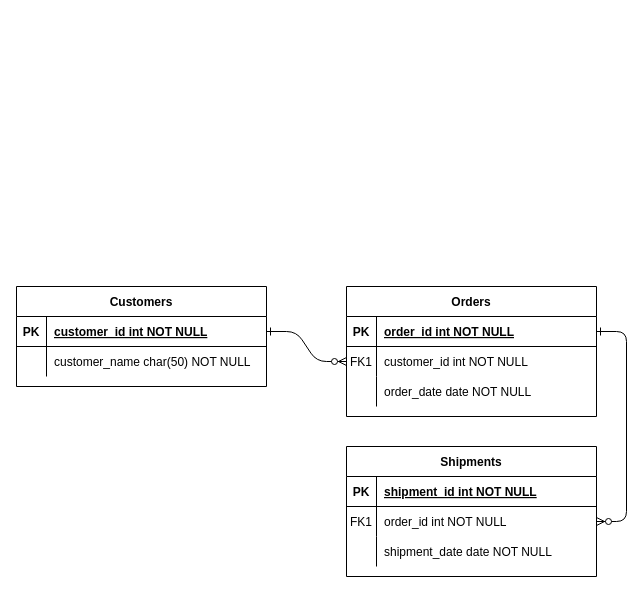
Before: Luz-a-la-carta.drawio in Tomas093/Luz-a-la-Carta, a draw.io diagram. Source tidied: cells renumbered, new cells numbered last; positions are measured from the earlier drawing's top-left corner, leaving out a move shared by most shapes. Both pictures are drawn from the tidied source at 100%, with x=0, y=0 at pixel (16, 286).
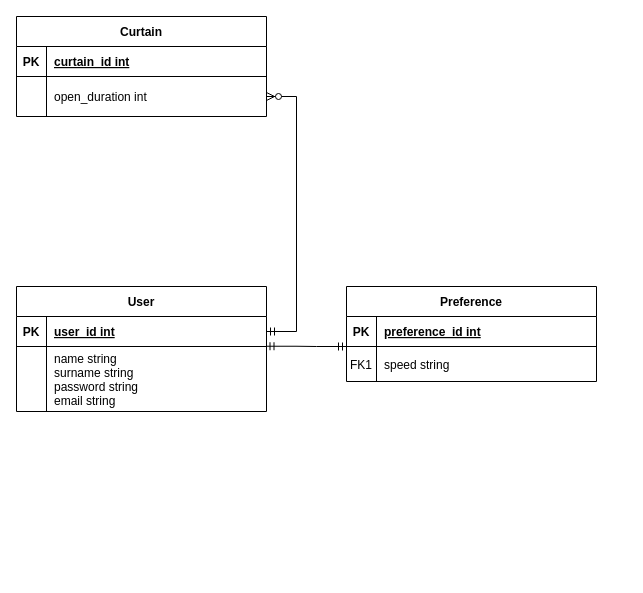
Above is the later version.

Unchanged cells that the change refers to:
```xml
<mxCell id="5" style="shape=partialRectangle;fillColor=none;points=[[0,0.5],[1,0.5]];portConstraint=eastwest;top=0;left=0;right=0;bottom=1;" parent="4" vertex="1">
  <mxGeometry y="30" width="250" height="30" as="geometry" />
</mxCell>
<mxCell id="25" style="shape=partialRectangle;fillColor=none;points=[[0,0.5],[1,0.5]];portConstraint=eastwest;top=0;left=0;right=0;bottom=1;" parent="24" vertex="1">
  <mxGeometry y="30" width="250" height="30" as="geometry" />
</mxCell>
```

Diff of the diagram source:
```diff
@@
-    <mxCell id="2" style="edgeStyle=entityRelationEdgeStyle;endArrow=ERzeroToMany;startArrow=ERone;endFill=1;startFill=0;" parent="1" edge="1" source="25" target="8">
-      <mxGeometry relative="1" as="geometry" />
-    </mxCell>
-    <mxCell id="3" style="edgeStyle=entityRelationEdgeStyle;endArrow=ERzeroToMany;startArrow=ERone;endFill=1;startFill=0;" parent="1" edge="1" source="5" target="18">
-      <mxGeometry relative="1" as="geometry" />
-    </mxCell>
-    <mxCell id="4" value="Orders" style="shape=table;startSize=30;childLayout=tableLayout;rowLines=0;fontStyle=1;align=center;" parent="1" vertex="1">
-      <mxGeometry x="330" width="250" height="130" as="geometry" />
+    <mxCell id="4" value="Preference" style="shape=table;startSize=30;childLayout=tableLayout;rowLines=0;fontStyle=1;align=center;" parent="1" vertex="1">
+      <mxGeometry x="330" width="250" height="95" as="geometry" />
     </mxCell>
@@
-    <mxCell id="7" value="order_id int NOT NULL " style="shape=partialRectangle;overflow=hidden;fillColor=none;top=0;left=0;bottom=0;right=0;align=left;spacingLeft=6;fontStyle=5;" parent="5" vertex="1">
+    <mxCell id="7" value="preference_id int" style="shape=partialRectangle;overflow=hidden;fillColor=none;top=0;left=0;bottom=0;right=0;align=left;spacingLeft=6;fontStyle=5;" parent="5" vertex="1">
       <mxGeometry x="30" width="220" height="30" as="geometry" />
     </mxCell>
     <mxCell id="8" style="shape=partialRectangle;fillColor=none;points=[[0,0.5],[1,0.5]];portConstraint=eastwest;top=0;left=0;right=0;bottom=0;" parent="4" vertex="1">
-      <mxGeometry y="60" width="250" height="30" as="geometry" />
+      <mxGeometry y="60" width="250" height="35" as="geometry" />
     </mxCell>
     <mxCell id="9" value="FK1" style="shape=partialRectangle;overflow=hidden;fillColor=none;top=0;left=0;bottom=0;right=0;" parent="8" vertex="1">
-      <mxGeometry width="30" height="30" as="geometry" />
+      <mxGeometry width="30" height="35" as="geometry" />
     </mxCell>
-    <mxCell id="10" value="customer_id int NOT NULL" style="shape=partialRectangle;overflow=hidden;fillColor=none;top=0;left=0;bottom=0;right=0;align=left;spacingLeft=6;" parent="8" vertex="1">
-      <mxGeometry x="30" width="220" height="30" as="geometry" />
+    <mxCell id="10" value="speed string" style="shape=partialRectangle;overflow=hidden;fillColor=none;top=0;left=0;bottom=0;right=0;align=left;spacingLeft=6;" parent="8" vertex="1">
+      <mxGeometry x="30" width="220" height="35" as="geometry" />
     </mxCell>
-    <mxCell id="11" style="shape=partialRectangle;fillColor=none;top=0;left=0;right=0;bottom=0;" parent="4" vertex="1">
-      <mxGeometry y="90" width="250" height="30" as="geometry" />
-    </mxCell>
-    <mxCell id="12" style="shape=partialRectangle;overflow=hidden;fillColor=none;top=0;left=0;bottom=0;right=0;" parent="11" vertex="1">
-      <mxGeometry width="30" height="30" as="geometry" />
-    </mxCell>
-    <mxCell id="13" value="order_date date NOT NULL" style="shape=partialRectangle;overflow=hidden;fillColor=none;top=0;left=0;bottom=0;right=0;align=left;spacingLeft=6;" parent="11" vertex="1">
-      <mxGeometry x="30" width="220" height="30" as="geometry" />
-    </mxCell>
-    <mxCell id="14" value="Shipments" style="shape=table;startSize=30;childLayout=tableLayout;rowLines=0;fontStyle=1;align=center;" parent="1" vertex="1">
-      <mxGeometry x="330" y="160" width="250" height="130" as="geometry" />
-    </mxCell>
-    <mxCell id="15" style="shape=partialRectangle;fillColor=none;top=0;left=0;right=0;bottom=1;" parent="14" vertex="1">
-      <mxGeometry y="30" width="250" height="30" as="geometry" />
-    </mxCell>
-    <mxCell id="16" value="PK" style="shape=partialRectangle;overflow=hidden;fillColor=none;top=0;left=0;bottom=0;right=0;fontStyle=1;" parent="15" vertex="1">
-      <mxGeometry width="30" height="30" as="geometry" />
-    </mxCell>
-    <mxCell id="17" value="shipment_id int NOT NULL " style="shape=partialRectangle;overflow=hidden;fillColor=none;top=0;left=0;bottom=0;right=0;align=left;spacingLeft=6;fontStyle=5;" parent="15" vertex="1">
-      <mxGeometry x="30" width="220" height="30" as="geometry" />
-    </mxCell>
-    <mxCell id="18" style="shape=partialRectangle;fillColor=none;points=[[0,0.5],[1,0.5]];portConstraint=eastwest;top=0;left=0;right=0;bottom=0;" parent="14" vertex="1">
-      <mxGeometry y="60" width="250" height="30" as="geometry" />
-    </mxCell>
-    <mxCell id="19" value="FK1" style="shape=partialRectangle;overflow=hidden;fillColor=none;top=0;left=0;bottom=0;right=0;" parent="18" vertex="1">
-      <mxGeometry width="30" height="30" as="geometry" />
-    </mxCell>
-    <mxCell id="20" value="order_id int NOT NULL" style="shape=partialRectangle;overflow=hidden;fillColor=none;top=0;left=0;bottom=0;right=0;align=left;spacingLeft=6;" parent="18" vertex="1">
-      <mxGeometry x="30" width="220" height="30" as="geometry" />
-    </mxCell>
-    <mxCell id="21" style="shape=partialRectangle;fillColor=none;top=0;left=0;right=0;bottom=0;" parent="14" vertex="1">
-      <mxGeometry y="90" width="250" height="30" as="geometry" />
-    </mxCell>
-    <mxCell id="22" style="shape=partialRectangle;overflow=hidden;fillColor=none;top=0;left=0;bottom=0;right=0;" parent="21" vertex="1">
-      <mxGeometry width="30" height="30" as="geometry" />
-    </mxCell>
-    <mxCell id="23" value="shipment_date date NOT NULL" style="shape=partialRectangle;overflow=hidden;fillColor=none;top=0;left=0;bottom=0;right=0;align=left;spacingLeft=6;" parent="21" vertex="1">
-      <mxGeometry x="30" width="220" height="30" as="geometry" />
-    </mxCell>
-    <mxCell id="24" value="Customers" style="shape=table;startSize=30;childLayout=tableLayout;rowLines=0;fontStyle=1;align=center;" parent="1" vertex="1">
-      <mxGeometry width="250" height="100" as="geometry" />
+    <mxCell id="24" value="User" style="shape=table;startSize=30;childLayout=tableLayout;rowLines=0;fontStyle=1;align=center;" parent="1" vertex="1">
+      <mxGeometry width="250" height="125" as="geometry" />
     </mxCell>
@@
-    <mxCell id="27" value="customer_id int NOT NULL " style="shape=partialRectangle;overflow=hidden;fillColor=none;top=0;left=0;bottom=0;right=0;align=left;spacingLeft=6;fontStyle=5;" parent="25" vertex="1">
+    <mxCell id="27" value="user_id int" style="shape=partialRectangle;overflow=hidden;fillColor=none;top=0;left=0;bottom=0;right=0;align=left;spacingLeft=6;fontStyle=5;" parent="25" vertex="1">
       <mxGeometry x="30" width="220" height="30" as="geometry" />
     </mxCell>
     <mxCell id="28" style="shape=partialRectangle;fillColor=none;points=[[0,0.5],[1,0.5]];portConstraint=eastwest;top=0;left=0;right=0;bottom=0;" parent="24" vertex="1">
-      <mxGeometry y="60" width="250" height="30" as="geometry" />
+      <mxGeometry y="60" width="250" height="65" as="geometry" />
     </mxCell>
     <mxCell id="29" style="shape=partialRectangle;overflow=hidden;fillColor=none;top=0;left=0;bottom=0;right=0;" parent="28" vertex="1">
-      <mxGeometry width="30" height="30" as="geometry" />
+      <mxGeometry width="30" height="65" as="geometry" />
     </mxCell>
-    <mxCell id="30" value="customer_name char(50) NOT NULL" style="shape=partialRectangle;overflow=hidden;fillColor=none;top=0;left=0;bottom=0;right=0;align=left;spacingLeft=6;" parent="28" vertex="1">
-      <mxGeometry x="30" width="220" height="30" as="geometry" />
+    <mxCell id="30" value="name string&#10;surname string&#10;password string&#10;email string" style="shape=partialRectangle;overflow=hidden;fillColor=none;top=0;left=0;bottom=0;right=0;align=left;spacingLeft=6;" parent="28" vertex="1">
+      <mxGeometry x="30" width="220" height="65" as="geometry" />
     </mxCell>
+    <mxCell id="31" value="Curtain" style="shape=table;startSize=30;childLayout=tableLayout;rowLines=0;fontStyle=1;align=center;" parent="1" vertex="1">
+      <mxGeometry y="-270" width="250" height="100" as="geometry" />
+    </mxCell>
+    <mxCell id="15" style="shape=partialRectangle;fillColor=none;top=0;left=0;right=0;bottom=1;" parent="31" vertex="1">
+      <mxGeometry y="30" width="250" height="30" as="geometry" />
+    </mxCell>
+    <mxCell id="16" value="PK" style="shape=partialRectangle;overflow=hidden;fillColor=none;top=0;left=0;bottom=0;right=0;fontStyle=1;" parent="15" vertex="1">
+      <mxGeometry width="30" height="30" as="geometry" />
+    </mxCell>
+    <mxCell id="32" value="curtain_id int" style="shape=partialRectangle;overflow=hidden;fillColor=none;top=0;left=0;bottom=0;right=0;align=left;spacingLeft=6;fontStyle=5;" parent="15" vertex="1">
+      <mxGeometry x="30" width="220" height="30" as="geometry" />
+    </mxCell>
+    <mxCell id="33" style="shape=partialRectangle;fillColor=none;points=[[0,0.5],[1,0.5]];portConstraint=eastwest;top=0;left=0;right=0;bottom=0;" parent="31" vertex="1">
+      <mxGeometry y="60" width="250" height="40" as="geometry" />
+    </mxCell>
+    <mxCell id="34" style="shape=partialRectangle;overflow=hidden;fillColor=none;top=0;left=0;bottom=0;right=0;" parent="33" vertex="1">
+      <mxGeometry width="30" height="40" as="geometry" />
+    </mxCell>
+    <mxCell id="35" value="open_duration int" style="shape=partialRectangle;overflow=hidden;fillColor=none;top=0;left=0;bottom=0;right=0;align=left;spacingLeft=6;" parent="33" vertex="1">
+      <mxGeometry x="30" width="220" height="40" as="geometry" />
+    </mxCell>
+    <mxCell id="36" style="edgeStyle=entityRelationEdgeStyle;fontSize=12;html=1;endArrow=ERmandOne;startArrow=ERmandOne;rounded=0;exitX=0.998;exitY=-0.004;exitDx=0;exitDy=0;exitPerimeter=0;" parent="1" edge="1" source="28">
+      <mxGeometry relative="1" as="geometry">
+        <mxPoint x="330" y="60" as="targetPoint" />
+      </mxGeometry>
+    </mxCell>
+    <mxCell id="37" style="edgeStyle=entityRelationEdgeStyle;fontSize=12;html=1;endArrow=ERzeroToMany;startArrow=ERmandOne;rounded=0;exitX=1;exitY=0.5;exitDx=0;exitDy=0;entryX=1;entryY=0.5;entryDx=0;entryDy=0;" parent="1" edge="1" source="25" target="33">
+      <mxGeometry relative="1" as="geometry">
+        <Array as="points">
+          <mxPoint x="300" />
+        </Array>
+      </mxGeometry>
+    </mxCell>
```
